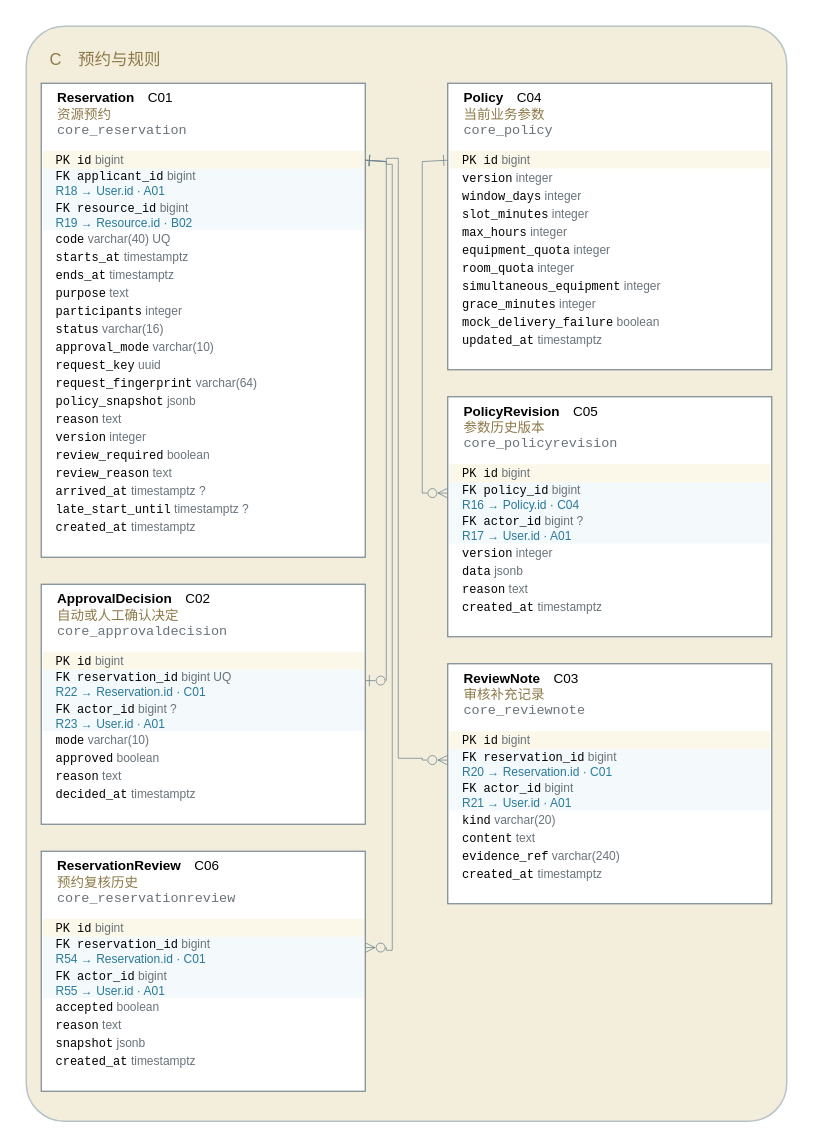
Above: models/图形源文件/图D-4-预约与规则ERD.drawio in yvming67-gif/campus-lab-equipment-manager (draw.io), before the change. Source tidied: cells renumbered, new cells numbered last; positions are measured from the earlier drawing's top-left corner, leaving out a move shared by most shapes. Both pictures are drawn from the tidied source at 150%, with x=0, y=0 at pixel (26, 26).
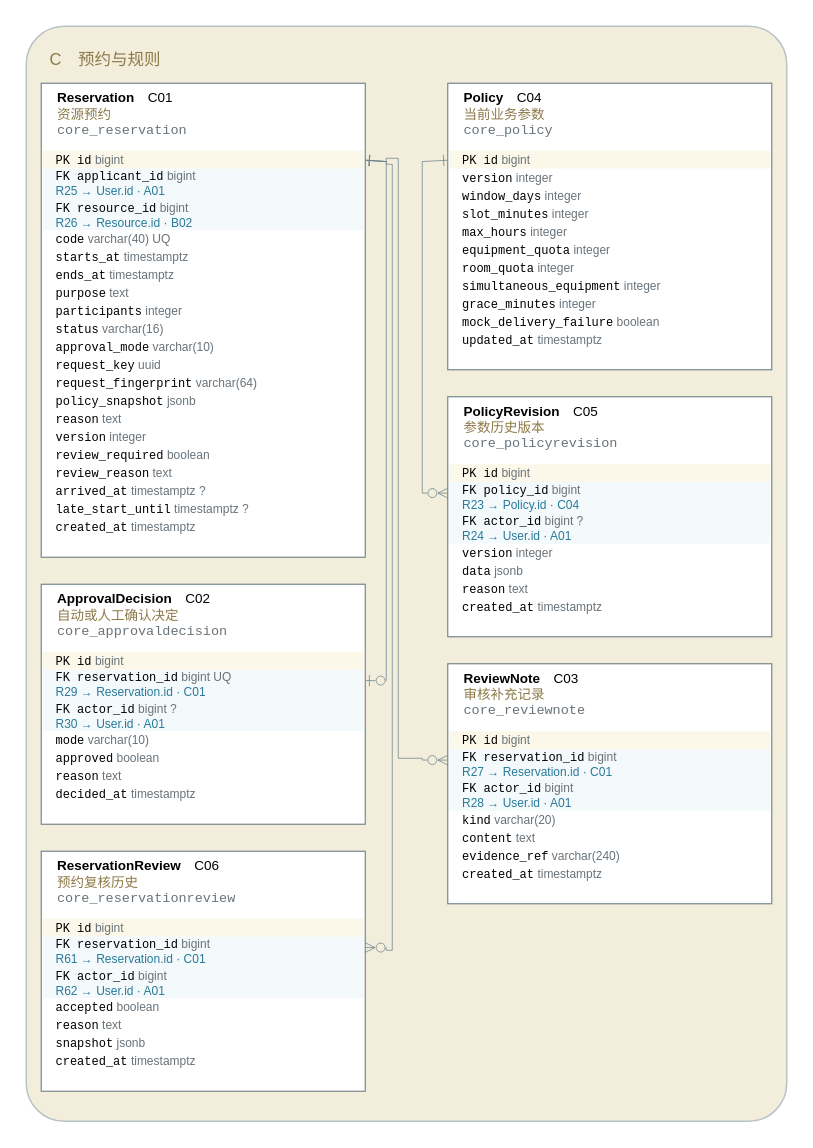
The same page after the edit.

The change refers to these unchanged cells:
```xml
<mxCell id="6" style="rounded=0;fillColor=#ffffff;strokeColor=#78888e;strokeWidth=0.8;" parent="3" vertex="1">
  <mxGeometry x="10" y="38" width="216" height="316" as="geometry" />
</mxCell>
<mxCell id="28" style="rounded=0;fillColor=#ffffff;strokeColor=#78888e;strokeWidth=0.8;" parent="3" vertex="1">
  <mxGeometry x="10" y="372" width="216" height="160" as="geometry" />
</mxCell>
<mxCell id="37" style="rounded=0;fillColor=#ffffff;strokeColor=#78888e;strokeWidth=0.8;" parent="3" vertex="1">
  <mxGeometry x="10" y="550" width="216" height="160" as="geometry" />
</mxCell>
<mxCell id="59" style="rounded=0;fillColor=#ffffff;strokeColor=#78888e;strokeWidth=0.8;" parent="3" vertex="1">
  <mxGeometry x="281" y="247" width="216" height="160" as="geometry" />
</mxCell>
<mxCell id="68" style="rounded=0;fillColor=#ffffff;strokeColor=#78888e;strokeWidth=0.8;" parent="3" vertex="1">
  <mxGeometry x="281" y="425" width="216" height="160" as="geometry" />
</mxCell>
```

Change to the diagram source:
```diff
@@
-    <mxCell id="9" value="&lt;font face='Consolas'&gt;FK applicant_id&lt;/font&gt; &lt;font color='#69737a'&gt;bigint&lt;/font&gt;&lt;br/&gt;&lt;font color='#287a9a'&gt;R18 → User.id · A01&lt;/font&gt;" style="text;html=1;whiteSpace=wrap;fillColor=#f4f9fb;strokeColor=none;align=left;verticalAlign=middle;spacingLeft=7;fontSize=8;fontFamily=Microsoft YaHei;" parent="6" vertex="1">
+    <mxCell id="9" value="&lt;font face='Consolas'&gt;FK applicant_id&lt;/font&gt; &lt;font color='#69737a'&gt;bigint&lt;/font&gt;&lt;br/&gt;&lt;font color='#287a9a'&gt;R25 → User.id · A01&lt;/font&gt;" style="text;html=1;whiteSpace=wrap;fillColor=#f4f9fb;strokeColor=none;align=left;verticalAlign=middle;spacingLeft=7;fontSize=8;fontFamily=Microsoft YaHei;" parent="6" vertex="1">
       <mxGeometry x="1" y="57" width="214" height="20.5" as="geometry" />
     </mxCell>
-    <mxCell id="10" value="&lt;font face='Consolas'&gt;FK resource_id&lt;/font&gt; &lt;font color='#69737a'&gt;bigint&lt;/font&gt;&lt;br/&gt;&lt;font color='#287a9a'&gt;R19 → Resource.id · B02&lt;/font&gt;" style="text;html=1;whiteSpace=wrap;fillColor=#f4f9fb;strokeColor=none;align=left;verticalAlign=middle;spacingLeft=7;fontSize=8;fontFamily=Microsoft YaHei;" parent="6" vertex="1">
+    <mxCell id="10" value="&lt;font face='Consolas'&gt;FK resource_id&lt;/font&gt; &lt;font color='#69737a'&gt;bigint&lt;/font&gt;&lt;br/&gt;&lt;font color='#287a9a'&gt;R26 → Resource.id · B02&lt;/font&gt;" style="text;html=1;whiteSpace=wrap;fillColor=#f4f9fb;strokeColor=none;align=left;verticalAlign=middle;spacingLeft=7;fontSize=8;fontFamily=Microsoft YaHei;" parent="6" vertex="1">
       <mxGeometry x="1" y="77.5" width="214" height="20.5" as="geometry" />
     </mxCell>
@@
-    <mxCell id="31" value="&lt;font face='Consolas'&gt;FK reservation_id&lt;/font&gt; &lt;font color='#69737a'&gt;bigint UQ&lt;/font&gt;&lt;br/&gt;&lt;font color='#287a9a'&gt;R22 → Reservation.id · C01&lt;/font&gt;" style="text;html=1;whiteSpace=wrap;fillColor=#f4f9fb;strokeColor=none;align=left;verticalAlign=middle;spacingLeft=7;fontSize=8;fontFamily=Microsoft YaHei;" parent="28" vertex="1">
+    <mxCell id="31" value="&lt;font face='Consolas'&gt;FK reservation_id&lt;/font&gt; &lt;font color='#69737a'&gt;bigint UQ&lt;/font&gt;&lt;br/&gt;&lt;font color='#287a9a'&gt;R29 → Reservation.id · C01&lt;/font&gt;" style="text;html=1;whiteSpace=wrap;fillColor=#f4f9fb;strokeColor=none;align=left;verticalAlign=middle;spacingLeft=7;fontSize=8;fontFamily=Microsoft YaHei;" parent="28" vertex="1">
       <mxGeometry x="1" y="57" width="214" height="20.5" as="geometry" />
     </mxCell>
-    <mxCell id="32" value="&lt;font face='Consolas'&gt;FK actor_id&lt;/font&gt; &lt;font color='#69737a'&gt;bigint ?&lt;/font&gt;&lt;br/&gt;&lt;font color='#287a9a'&gt;R23 → User.id · A01&lt;/font&gt;" style="text;html=1;whiteSpace=wrap;fillColor=#f4f9fb;strokeColor=none;align=left;verticalAlign=middle;spacingLeft=7;fontSize=8;fontFamily=Microsoft YaHei;" parent="28" vertex="1">
+    <mxCell id="32" value="&lt;font face='Consolas'&gt;FK actor_id&lt;/font&gt; &lt;font color='#69737a'&gt;bigint ?&lt;/font&gt;&lt;br/&gt;&lt;font color='#287a9a'&gt;R30 → User.id · A01&lt;/font&gt;" style="text;html=1;whiteSpace=wrap;fillColor=#f4f9fb;strokeColor=none;align=left;verticalAlign=middle;spacingLeft=7;fontSize=8;fontFamily=Microsoft YaHei;" parent="28" vertex="1">
       <mxGeometry x="1" y="77.5" width="214" height="20.5" as="geometry" />
     </mxCell>
@@
-    <mxCell id="40" value="&lt;font face='Consolas'&gt;FK reservation_id&lt;/font&gt; &lt;font color='#69737a'&gt;bigint&lt;/font&gt;&lt;br/&gt;&lt;font color='#287a9a'&gt;R54 → Reservation.id · C01&lt;/font&gt;" style="text;html=1;whiteSpace=wrap;fillColor=#f4f9fb;strokeColor=none;align=left;verticalAlign=middle;spacingLeft=7;fontSize=8;fontFamily=Microsoft YaHei;" parent="37" vertex="1">
+    <mxCell id="40" value="&lt;font face='Consolas'&gt;FK reservation_id&lt;/font&gt; &lt;font color='#69737a'&gt;bigint&lt;/font&gt;&lt;br/&gt;&lt;font color='#287a9a'&gt;R61 → Reservation.id · C01&lt;/font&gt;" style="text;html=1;whiteSpace=wrap;fillColor=#f4f9fb;strokeColor=none;align=left;verticalAlign=middle;spacingLeft=7;fontSize=8;fontFamily=Microsoft YaHei;" parent="37" vertex="1">
       <mxGeometry x="1" y="57" width="214" height="20.5" as="geometry" />
     </mxCell>
-    <mxCell id="41" value="&lt;font face='Consolas'&gt;FK actor_id&lt;/font&gt; &lt;font color='#69737a'&gt;bigint&lt;/font&gt;&lt;br/&gt;&lt;font color='#287a9a'&gt;R55 → User.id · A01&lt;/font&gt;" style="text;html=1;whiteSpace=wrap;fillColor=#f4f9fb;strokeColor=none;align=left;verticalAlign=middle;spacingLeft=7;fontSize=8;fontFamily=Microsoft YaHei;" parent="37" vertex="1">
+    <mxCell id="41" value="&lt;font face='Consolas'&gt;FK actor_id&lt;/font&gt; &lt;font color='#69737a'&gt;bigint&lt;/font&gt;&lt;br/&gt;&lt;font color='#287a9a'&gt;R62 → User.id · A01&lt;/font&gt;" style="text;html=1;whiteSpace=wrap;fillColor=#f4f9fb;strokeColor=none;align=left;verticalAlign=middle;spacingLeft=7;fontSize=8;fontFamily=Microsoft YaHei;" parent="37" vertex="1">
       <mxGeometry x="1" y="77.5" width="214" height="20.5" as="geometry" />
     </mxCell>
@@
-    <mxCell id="62" value="&lt;font face='Consolas'&gt;FK policy_id&lt;/font&gt; &lt;font color='#69737a'&gt;bigint&lt;/font&gt;&lt;br/&gt;&lt;font color='#287a9a'&gt;R16 → Policy.id · C04&lt;/font&gt;" style="text;html=1;whiteSpace=wrap;fillColor=#f4f9fb;strokeColor=none;align=left;verticalAlign=middle;spacingLeft=7;fontSize=8;fontFamily=Microsoft YaHei;" parent="59" vertex="1">
+    <mxCell id="62" value="&lt;font face='Consolas'&gt;FK policy_id&lt;/font&gt; &lt;font color='#69737a'&gt;bigint&lt;/font&gt;&lt;br/&gt;&lt;font color='#287a9a'&gt;R23 → Policy.id · C04&lt;/font&gt;" style="text;html=1;whiteSpace=wrap;fillColor=#f4f9fb;strokeColor=none;align=left;verticalAlign=middle;spacingLeft=7;fontSize=8;fontFamily=Microsoft YaHei;" parent="59" vertex="1">
       <mxGeometry x="1" y="57" width="214" height="20.5" as="geometry" />
     </mxCell>
-    <mxCell id="63" value="&lt;font face='Consolas'&gt;FK actor_id&lt;/font&gt; &lt;font color='#69737a'&gt;bigint ?&lt;/font&gt;&lt;br/&gt;&lt;font color='#287a9a'&gt;R17 → User.id · A01&lt;/font&gt;" style="text;html=1;whiteSpace=wrap;fillColor=#f4f9fb;strokeColor=none;align=left;verticalAlign=middle;spacingLeft=7;fontSize=8;fontFamily=Microsoft YaHei;" parent="59" vertex="1">
+    <mxCell id="63" value="&lt;font face='Consolas'&gt;FK actor_id&lt;/font&gt; &lt;font color='#69737a'&gt;bigint ?&lt;/font&gt;&lt;br/&gt;&lt;font color='#287a9a'&gt;R24 → User.id · A01&lt;/font&gt;" style="text;html=1;whiteSpace=wrap;fillColor=#f4f9fb;strokeColor=none;align=left;verticalAlign=middle;spacingLeft=7;fontSize=8;fontFamily=Microsoft YaHei;" parent="59" vertex="1">
       <mxGeometry x="1" y="77.5" width="214" height="20.5" as="geometry" />
     </mxCell>
@@
-    <mxCell id="71" value="&lt;font face='Consolas'&gt;FK reservation_id&lt;/font&gt; &lt;font color='#69737a'&gt;bigint&lt;/font&gt;&lt;br/&gt;&lt;font color='#287a9a'&gt;R20 → Reservation.id · C01&lt;/font&gt;" style="text;html=1;whiteSpace=wrap;fillColor=#f4f9fb;strokeColor=none;align=left;verticalAlign=middle;spacingLeft=7;fontSize=8;fontFamily=Microsoft YaHei;" parent="68" vertex="1">
+    <mxCell id="71" value="&lt;font face='Consolas'&gt;FK reservation_id&lt;/font&gt; &lt;font color='#69737a'&gt;bigint&lt;/font&gt;&lt;br/&gt;&lt;font color='#287a9a'&gt;R27 → Reservation.id · C01&lt;/font&gt;" style="text;html=1;whiteSpace=wrap;fillColor=#f4f9fb;strokeColor=none;align=left;verticalAlign=middle;spacingLeft=7;fontSize=8;fontFamily=Microsoft YaHei;" parent="68" vertex="1">
       <mxGeometry x="1" y="57" width="214" height="20.5" as="geometry" />
     </mxCell>
-    <mxCell id="72" value="&lt;font face='Consolas'&gt;FK actor_id&lt;/font&gt; &lt;font color='#69737a'&gt;bigint&lt;/font&gt;&lt;br/&gt;&lt;font color='#287a9a'&gt;R21 → User.id · A01&lt;/font&gt;" style="text;html=1;whiteSpace=wrap;fillColor=#f4f9fb;strokeColor=none;align=left;verticalAlign=middle;spacingLeft=7;fontSize=8;fontFamily=Microsoft YaHei;" parent="68" vertex="1">
+    <mxCell id="72" value="&lt;font face='Consolas'&gt;FK actor_id&lt;/font&gt; &lt;font color='#69737a'&gt;bigint&lt;/font&gt;&lt;br/&gt;&lt;font color='#287a9a'&gt;R28 → User.id · A01&lt;/font&gt;" style="text;html=1;whiteSpace=wrap;fillColor=#f4f9fb;strokeColor=none;align=left;verticalAlign=middle;spacingLeft=7;fontSize=8;fontFamily=Microsoft YaHei;" parent="68" vertex="1">
       <mxGeometry x="1" y="77.5" width="214" height="20.5" as="geometry" />
     </mxCell>
```
